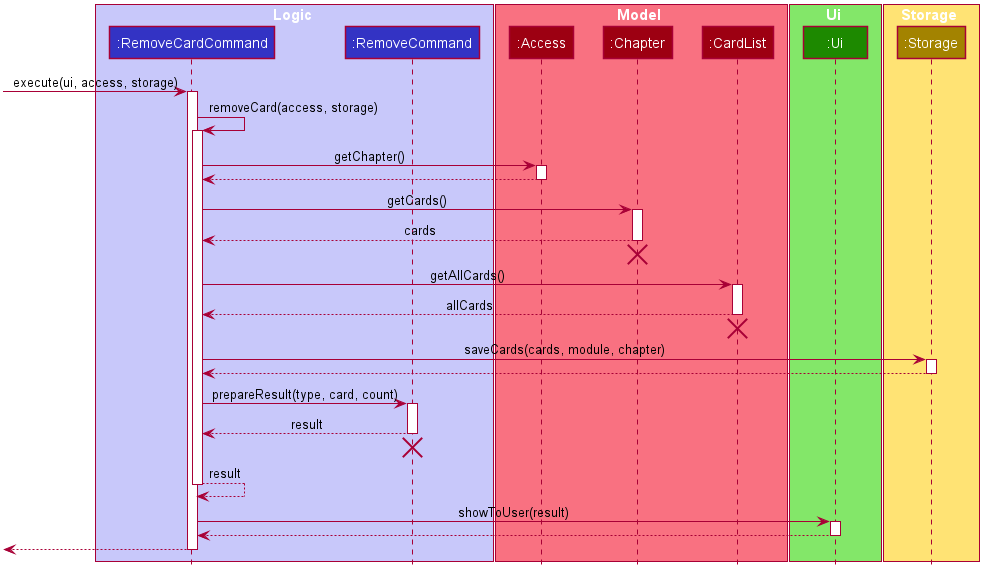
Earlier version of the PlantUML export docs/DG_Images/removecard_seq_diagram.png (nus-cs2113-AY2021S1/tp).
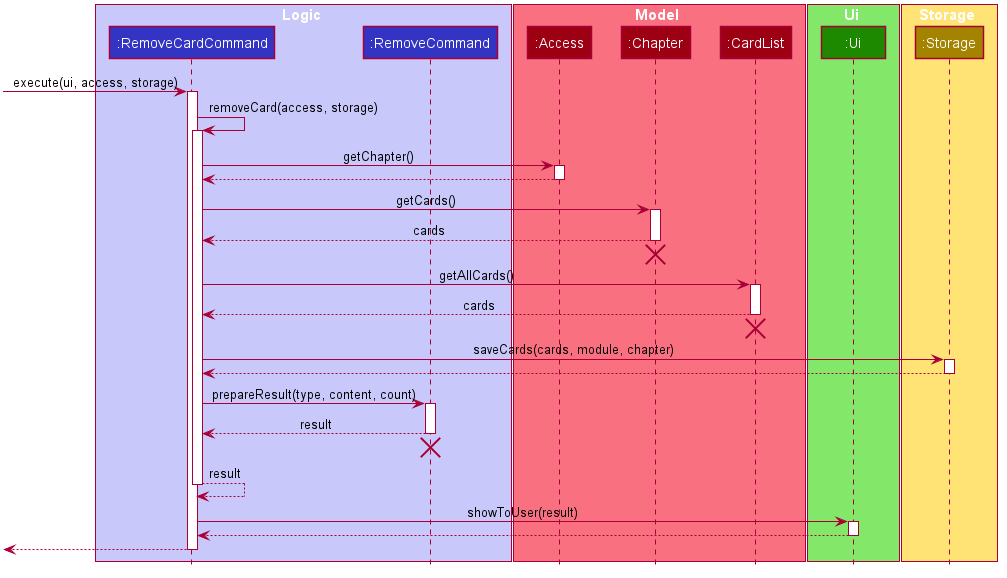
After the change.

The edit, as a diff of the source:
```diff
@@ -83,7 +83,7 @@
 destroy Chapter
 RemoveCardCommand -> CardList : getAllCards()
 activate CardList
-RemoveCardCommand <-- CardList : allCards
+RemoveCardCommand <-- CardList : cards
 deactivate CardList
 [<-[hidden]- CardList
 destroy CardList
@@ -91,7 +91,7 @@
 activate Storage
 RemoveCardCommand <-- Storage
 deactivate Storage
-RemoveCardCommand -> RemoveCommand : prepareResult(type, card, count)
+RemoveCardCommand -> RemoveCommand : prepareResult(type, content, count)
 activate RemoveCommand
 RemoveCardCommand <-- RemoveCommand : result
 deactivate RemoveCommand
```
